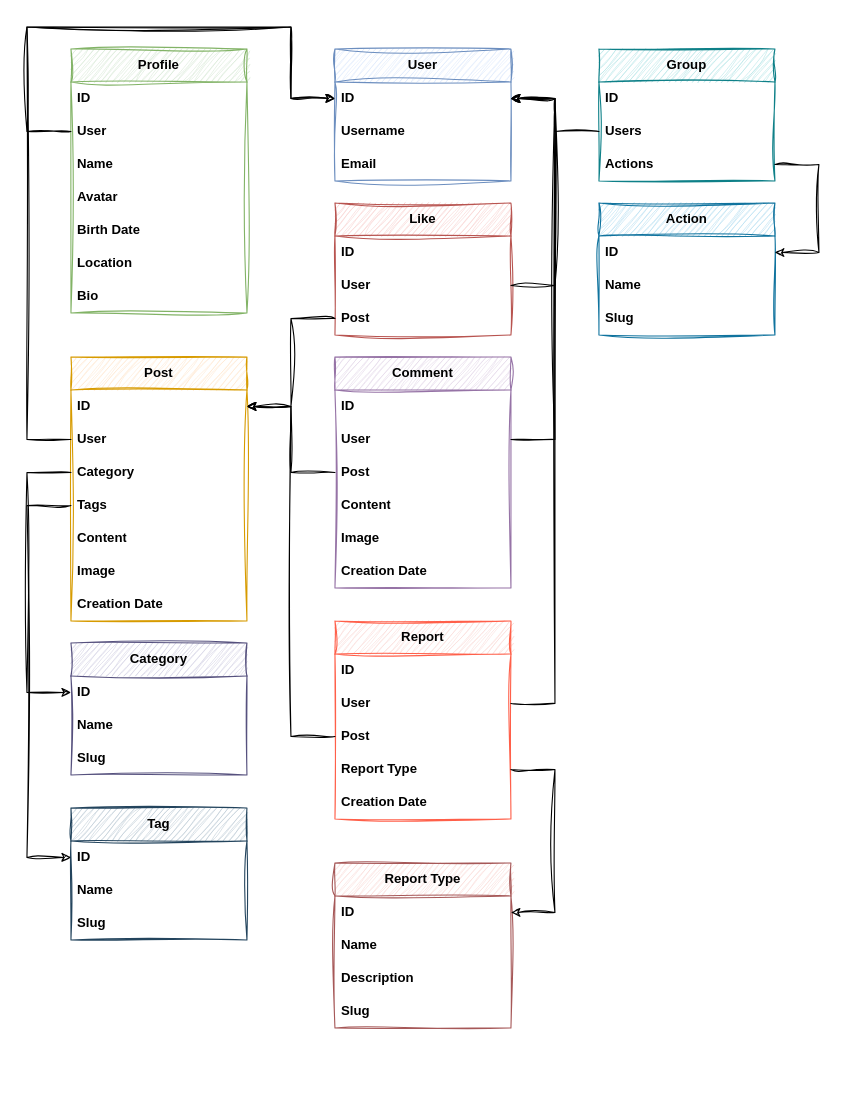
Above: models.drawio in SirDalbag/django-mvt-social-media (draw.io), before the change. Source tidied: cells renumbered, new cells numbered last; positions are measured from the earlier drawing's top-left corner, leaving out a move shared by most shapes. Both pictures are drawn from the tidied source at 110%, with x=0, y=0 at pixel (26, 26).
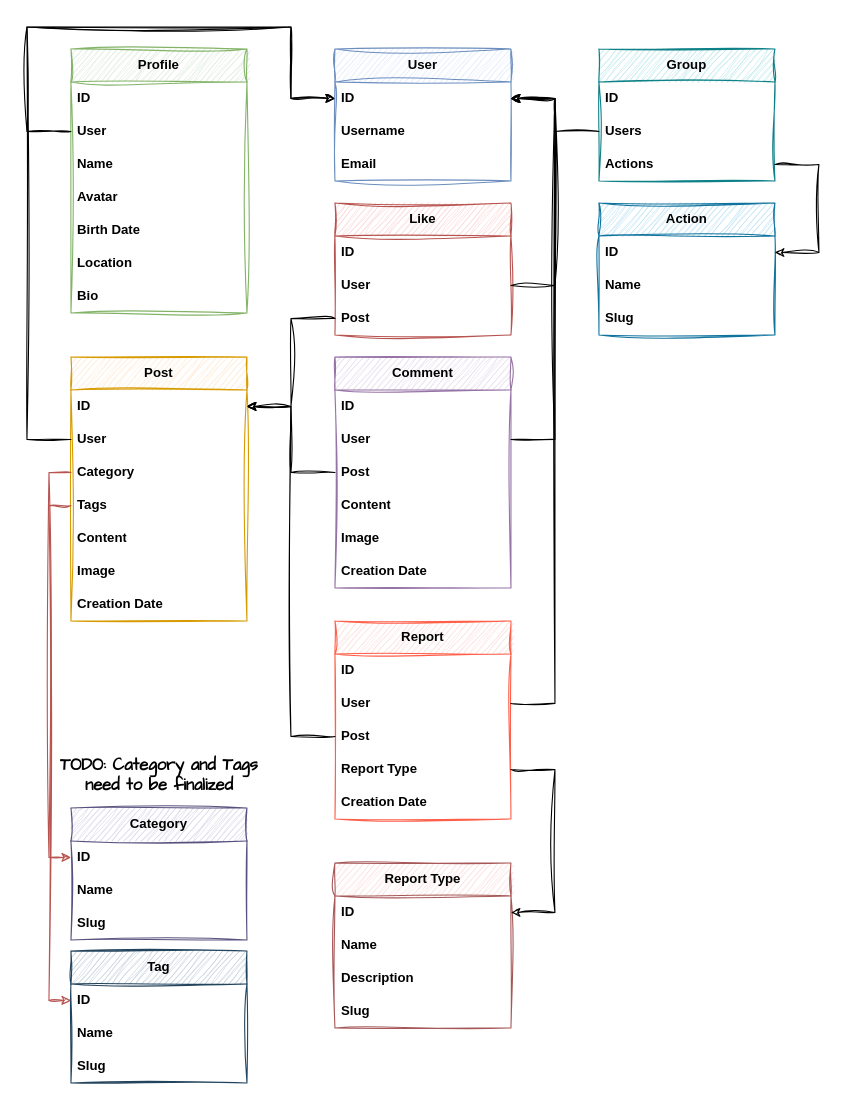
Above is the later version.

The change refers to these unchanged cells:
```xml
<mxCell id="17" value="Category" style="text;strokeColor=none;fillColor=none;align=left;verticalAlign=middle;spacingLeft=4;spacingRight=4;overflow=hidden;points=[[0,0.5],[1,0.5]];portConstraint=eastwest;whiteSpace=wrap;html=1;fontFamily=Helvetica;fontStyle=1;rounded=0;sketch=1;curveFitting=1;jiggle=2;" parent="14" vertex="1">
  <mxGeometry y="90" width="160" height="30" as="geometry" />
</mxCell>
<mxCell id="18" value="Tags" style="text;strokeColor=none;fillColor=none;align=left;verticalAlign=middle;spacingLeft=4;spacingRight=4;overflow=hidden;points=[[0,0.5],[1,0.5]];portConstraint=eastwest;whiteSpace=wrap;html=1;fontFamily=Helvetica;fontStyle=1;rounded=0;sketch=1;curveFitting=1;jiggle=2;" parent="14" vertex="1">
  <mxGeometry y="120" width="160" height="30" as="geometry" />
</mxCell>
<mxCell id="50" value="ID" style="text;strokeColor=none;fillColor=none;align=left;verticalAlign=middle;spacingLeft=4;spacingRight=4;overflow=hidden;points=[[0,0.5],[1,0.5]];portConstraint=eastwest;whiteSpace=wrap;html=1;fontFamily=Helvetica;fontStyle=1;rounded=0;sketch=1;curveFitting=1;jiggle=2;" parent="49" vertex="1">
  <mxGeometry y="30" width="160" height="30" as="geometry" />
</mxCell>
<mxCell id="55" value="ID" style="text;strokeColor=none;fillColor=none;align=left;verticalAlign=middle;spacingLeft=4;spacingRight=4;overflow=hidden;points=[[0,0.5],[1,0.5]];portConstraint=eastwest;whiteSpace=wrap;html=1;fontFamily=Helvetica;fontStyle=1;rounded=0;sketch=1;curveFitting=1;jiggle=2;" parent="54" vertex="1">
  <mxGeometry y="30" width="160" height="30" as="geometry" />
</mxCell>
```

What changed in the source:
```diff
@@
     <mxCell id="49" value="Category" style="swimlane;fontStyle=1;horizontal=1;startSize=30;whiteSpace=wrap;html=1;fillColor=#d0cee2;strokeColor=#56517e;fontFamily=Helvetica;align=center;rounded=0;sketch=1;curveFitting=1;jiggle=2;" parent="1" vertex="1">
-      <mxGeometry x="40" y="560" width="160" height="120" as="geometry" />
+      <mxGeometry x="40" y="710" width="160" height="120" as="geometry" />
     </mxCell>
@@
-    <mxCell id="53" style="edgeStyle=orthogonalEdgeStyle;rounded=0;sketch=1;hachureGap=4;jiggle=2;curveFitting=1;jettySize=auto;html=1;entryX=0;entryY=0.5;entryDx=0;entryDy=0;fontFamily=Architects Daughter;fontSize=16;" parent="1" edge="1" source="17" target="50">
-      <mxGeometry relative="1" as="geometry">
-        <Array as="points">
-          <mxPoint y="405" />
-          <mxPoint y="605" />
-        </Array>
-      </mxGeometry>
-    </mxCell>
     <mxCell id="54" value="Tag" style="swimlane;fontStyle=1;horizontal=1;startSize=30;whiteSpace=wrap;html=1;fillColor=#bac8d3;strokeColor=#23445d;fontFamily=Helvetica;align=center;rounded=0;sketch=1;curveFitting=1;jiggle=2;" parent="1" vertex="1">
-      <mxGeometry x="40" y="710" width="160" height="120" as="geometry" />
+      <mxGeometry x="40" y="840" width="160" height="120" as="geometry" />
     </mxCell>
@@
-    <mxCell id="58" style="edgeStyle=orthogonalEdgeStyle;rounded=0;sketch=1;hachureGap=4;jiggle=2;curveFitting=1;jettySize=auto;html=1;entryX=0;entryY=0.5;entryDx=0;entryDy=0;fontFamily=Architects Daughter;fontSize=16;" parent="1" edge="1" source="18" target="55">
-      <mxGeometry relative="1" as="geometry">
-        <Array as="points">
-          <mxPoint y="435" />
-          <mxPoint y="755" />
-        </Array>
-      </mxGeometry>
-    </mxCell>
@@
+    <mxCell id="53" style="edgeStyle=orthogonalEdgeStyle;rounded=0;sketch=1;hachureGap=4;jiggle=2;curveFitting=1;jettySize=auto;html=1;entryX=0;entryY=0.5;entryDx=0;entryDy=0;fontFamily=Architects Daughter;fontSize=16;strokeColor=#b85450;fillColor=#f8cecc;" parent="1" edge="1" source="17" target="50">
+      <mxGeometry relative="1" as="geometry" />
+    </mxCell>
+    <mxCell id="58" style="edgeStyle=orthogonalEdgeStyle;rounded=0;sketch=1;hachureGap=4;jiggle=2;curveFitting=1;jettySize=auto;html=1;entryX=0;entryY=0.5;entryDx=0;entryDy=0;fontFamily=Architects Daughter;fontSize=16;fontColor=#FF5E5E;fillColor=#f8cecc;strokeColor=#b85450;" parent="1" edge="1" source="18" target="55">
+      <mxGeometry relative="1" as="geometry" />
+    </mxCell>
+    <mxCell id="73" value="TODO:&amp;nbsp;Category and Tags &lt;br style=&quot;font-size: 15px;&quot;&gt;need to be finalized" style="text;strokeColor=none;fillColor=none;html=1;fontSize=15;fontStyle=1;verticalAlign=middle;align=center;fontFamily=Architects Daughter;" parent="1" vertex="1">
+      <mxGeometry x="-5" y="660" width="250" height="40" as="geometry" />
+    </mxCell>
```
